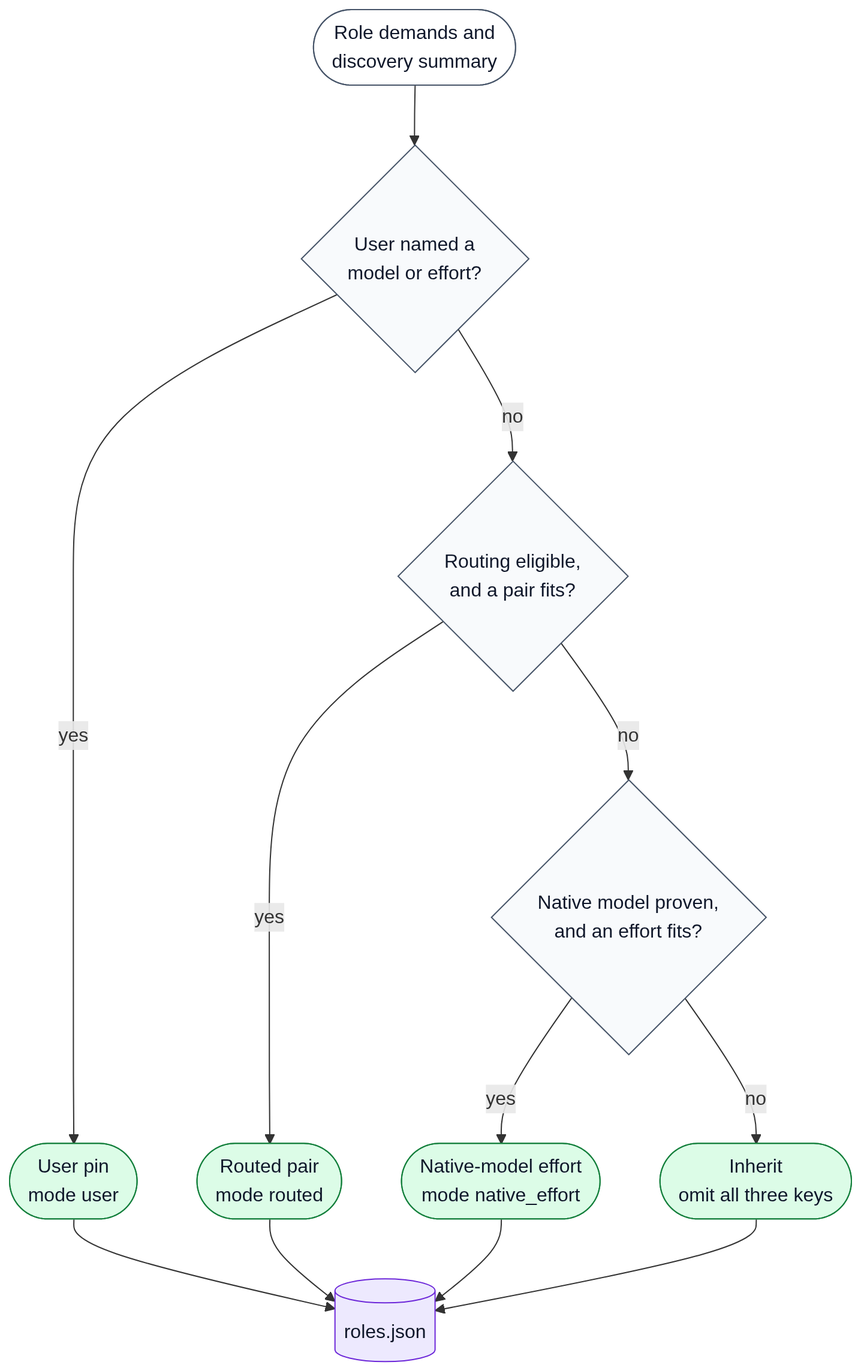
The Mermaid diagram docs/diagrams/d21-choose.png in ehzawad/codex-council, before a commit. Its source is kept beside it as docs/diagrams/d21-choose.mmd.
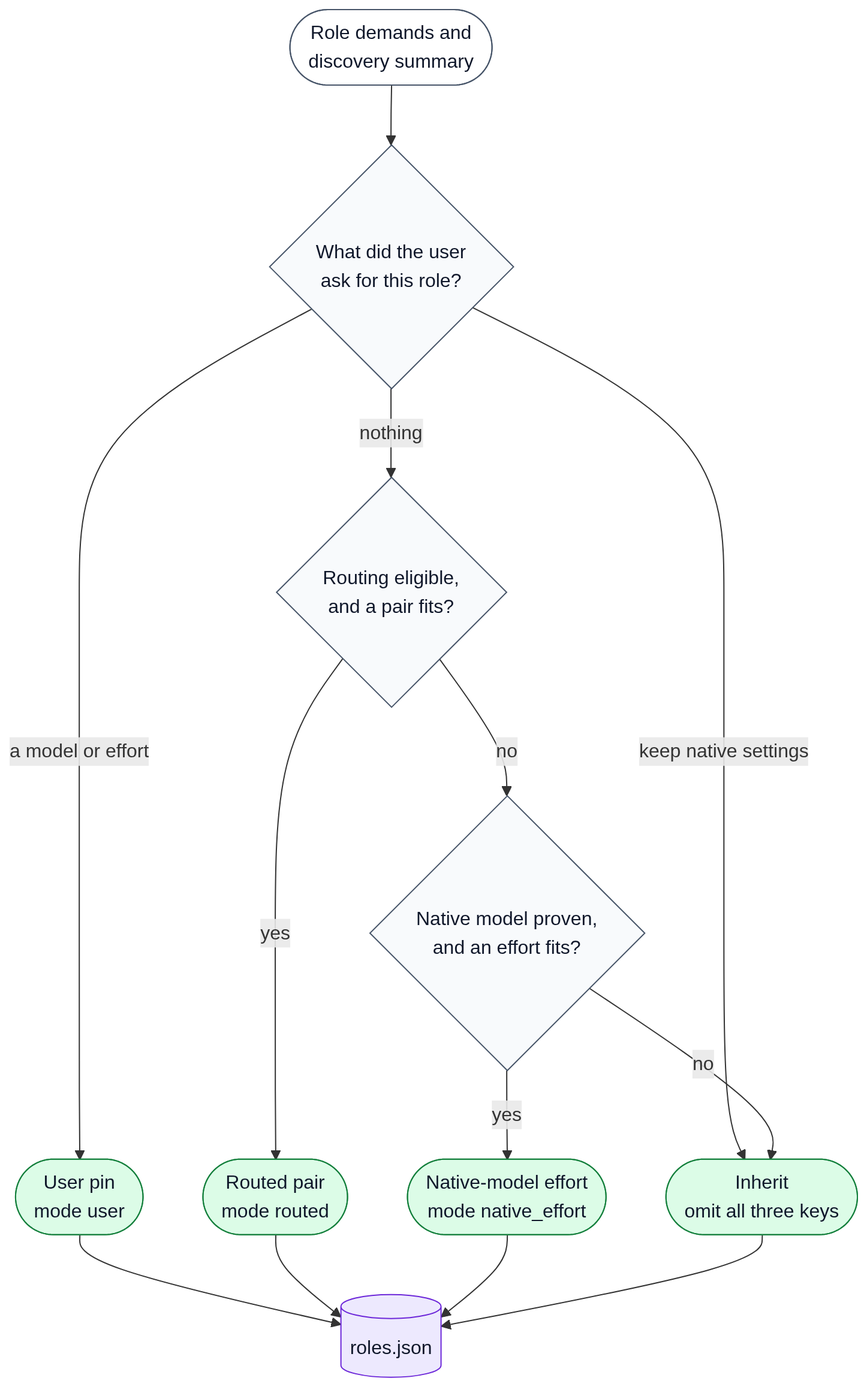
After the commit.

What changed in the source:
```diff
@@ -1,6 +1,6 @@
 flowchart TD
     Start(["Role demands and<br/>discovery summary"])
-    Named{"User named a<br/>model or effort?"}
+    Asked{"What did the user<br/>ask for this role?"}
     User(["User pin<br/>mode user"])
     Pair{"Routing eligible,<br/>and a pair fits?"}
     Routed(["Routed pair<br/>mode routed"])
@@ -9,9 +9,10 @@
     Inherit(["Inherit<br/>omit all three keys"])
     Roles[("roles.json")]
 
-    Start --> Named
-    Named -->|"yes"| User
-    Named -->|"no"| Pair
+    Start --> Asked
+    Asked -->|"a model or effort"| User
+    Asked -->|"keep native settings"| Inherit
+    Asked -->|"nothing"| Pair
     Pair -->|"yes"| Routed
     Pair -->|"no"| Effort
     Effort -->|"yes"| Native
@@ -26,6 +27,6 @@
     classDef ok fill:#dcfce7,stroke:#15803d,color:#0f172a
     classDef data fill:#ede9fe,stroke:#6d28d9,color:#0f172a
     class Start step
-    class Named,Pair,Effort decision
+    class Asked,Pair,Effort decision
     class User,Routed,Native,Inherit ok
     class Roles data
```
